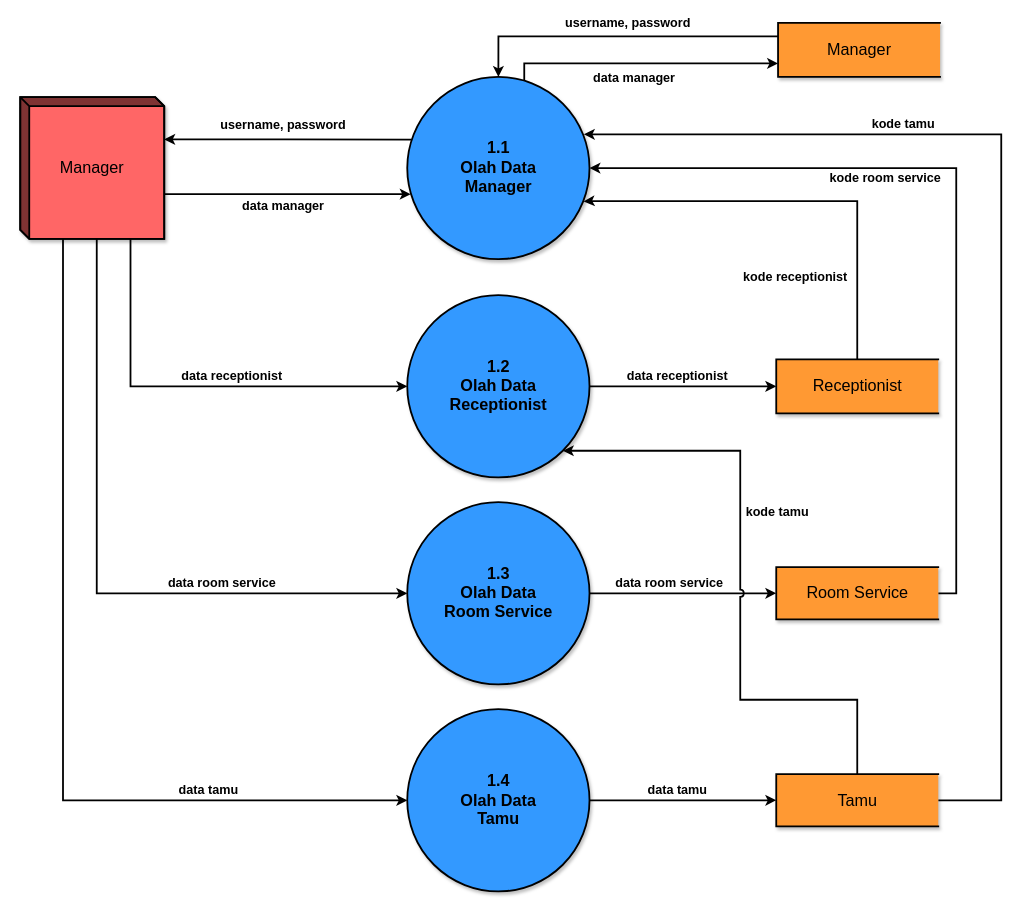
This is page "DFD LVL 2 Process 1 - Olah Data Entitas Hotel - NEW" (6 of 9) of Sistem Pemesanan Kamar Hotel - Data Flow Diagram.drawio from trueazp/System-Design-Analysis, a draw.io file, before an edit. Source tidied: cells renumbered, new cells numbered last; positions are measured from the earlier drawing's top-left corner, leaving out a move shared by most shapes. Both pictures are drawn from the tidied source at 90%, with x=0, y=0 at pixel (20, 22).
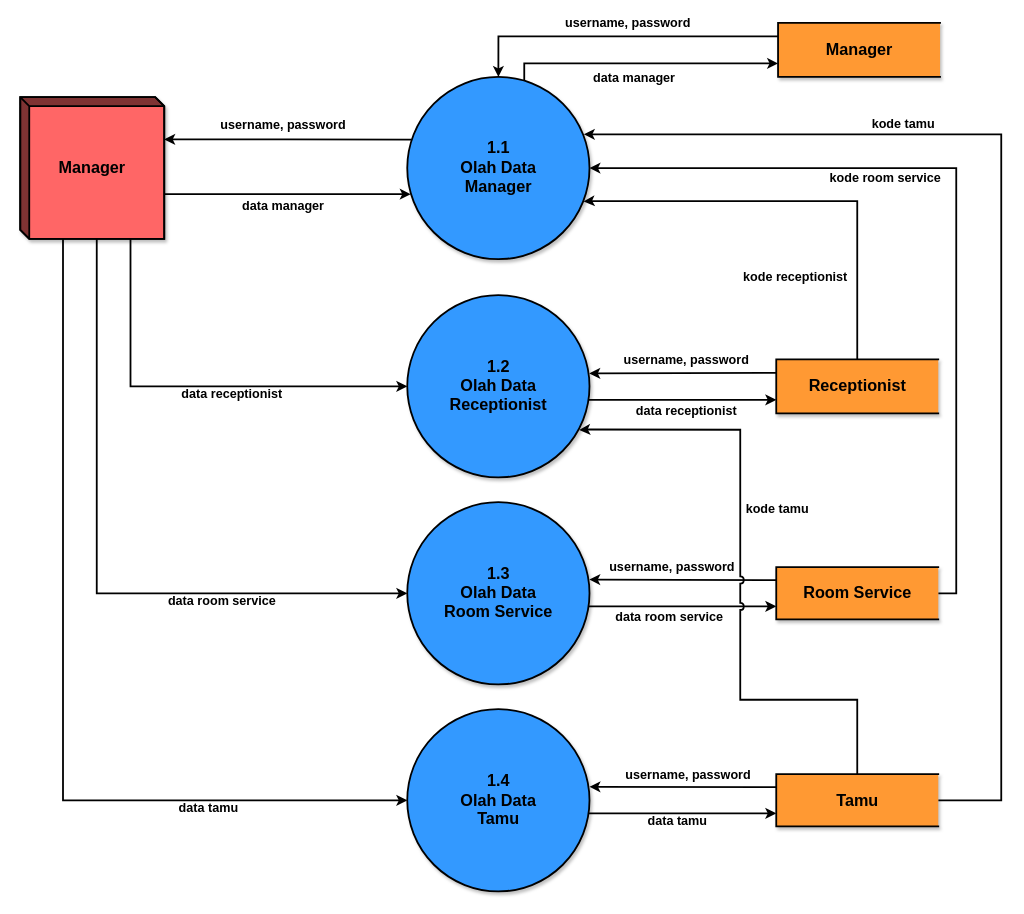
The same page after the edit.

Commit message:
finished new DFD LVL 2 Process 1

Unchanged cells that the change refers to:
```xml
<mxCell id="2" value="1.1&lt;br style=&quot;font-size: 18px&quot;&gt;Olah Data &lt;br&gt;Manager" style="shape=ellipse;html=1;dashed=0;whitespace=wrap;perimeter=ellipsePerimeter;shadow=1;labelBackgroundColor=none;fontFamily=Helvetica;fontSize=18;strokeWidth=2;fillColor=#3399FF;align=center;fontStyle=1;" parent="1" vertex="1">
  <mxGeometry x="430" y="60" width="202.5" height="202.5" as="geometry" />
</mxCell>
<mxCell id="27" value="1.2&lt;br style=&quot;font-size: 18px&quot;&gt;Olah Data &lt;br&gt;Receptionist" style="shape=ellipse;html=1;dashed=0;whitespace=wrap;perimeter=ellipsePerimeter;shadow=1;labelBackgroundColor=none;fontFamily=Helvetica;fontSize=18;strokeWidth=2;fillColor=#3399FF;align=center;fontStyle=1;" parent="1" vertex="1">
  <mxGeometry x="430" y="302.5" width="202.5" height="202.5" as="geometry" />
</mxCell>
<mxCell id="30" value="1.3&lt;br style=&quot;font-size: 18px&quot;&gt;Olah Data &lt;br&gt;Room Service" style="shape=ellipse;html=1;dashed=0;whitespace=wrap;perimeter=ellipsePerimeter;shadow=1;labelBackgroundColor=none;fontFamily=Helvetica;fontSize=18;strokeWidth=2;fillColor=#3399FF;align=center;fontStyle=1;" parent="1" vertex="1">
  <mxGeometry x="430" y="532.5" width="202.5" height="202.5" as="geometry" />
</mxCell>
<mxCell id="33" value="1.4&lt;br style=&quot;font-size: 18px&quot;&gt;Olah Data &lt;br&gt;Tamu" style="shape=ellipse;html=1;dashed=0;whitespace=wrap;perimeter=ellipsePerimeter;shadow=1;labelBackgroundColor=none;fontFamily=Helvetica;fontSize=18;strokeWidth=2;fillColor=#3399FF;align=center;fontStyle=1;" parent="1" vertex="1">
  <mxGeometry x="430" y="762.5" width="202.5" height="202.5" as="geometry" />
</mxCell>
```

Diff of the diagram source:
```diff
@@
-    <mxCell id="3" style="edgeStyle=orthogonalEdgeStyle;rounded=0;jettySize=auto;html=1;exitX=0;exitY=0.25;exitDx=0;exitDy=0;entryX=0.5;entryY=0;entryDx=0;entryDy=0;fontSize=12;startArrow=none;startFill=0;endArrow=classic;endFill=1;strokeWidth=2;" parent="1" edge="1" source="7" target="2">
+    <mxCell id="3" style="edgeStyle=orthogonalEdgeStyle;rounded=0;jettySize=auto;html=1;exitX=0;exitY=0.25;exitDx=0;exitDy=0;entryX=0.5;entryY=0;entryDx=0;entryDy=0;fontSize=12;startArrow=none;startFill=0;endArrow=classic;endFill=1;strokeWidth=2;fontStyle=1;labelBackgroundColor=none;" parent="1" edge="1" source="7" target="2">
       <mxGeometry relative="1" as="geometry" />
     </mxCell>
@@
-    <mxCell id="5" style="edgeStyle=orthogonalEdgeStyle;rounded=0;jettySize=auto;html=1;exitX=0;exitY=0.75;exitDx=0;exitDy=0;entryX=0.642;entryY=0.017;entryDx=0;entryDy=0;entryPerimeter=0;fontSize=12;startArrow=classic;startFill=1;endArrow=none;endFill=0;strokeWidth=2;" parent="1" edge="1" source="7" target="2">
+    <mxCell id="5" style="edgeStyle=orthogonalEdgeStyle;rounded=0;jettySize=auto;html=1;exitX=0;exitY=0.75;exitDx=0;exitDy=0;entryX=0.642;entryY=0.017;entryDx=0;entryDy=0;entryPerimeter=0;fontSize=12;startArrow=classic;startFill=1;endArrow=none;endFill=0;strokeWidth=2;fontStyle=1;labelBackgroundColor=none;" parent="1" edge="1" source="7" target="2">
       <mxGeometry relative="1" as="geometry">
         <Array as="points">
           <mxPoint x="560" y="45" />
         </Array>
       </mxGeometry>
     </mxCell>
@@
-    <mxCell id="7" value="Manager" style="html=1;dashed=0;whitespace=wrap;shape=partialRectangle;right=0;shadow=1;labelBackgroundColor=none;fontFamily=Helvetica;fontSize=18;strokeWidth=2;fillColor=#FF9933;align=center;" parent="1" vertex="1">
+    <mxCell id="7" value="Manager" style="html=1;dashed=0;whitespace=wrap;shape=partialRectangle;right=0;shadow=1;labelBackgroundColor=none;fontFamily=Helvetica;fontSize=18;strokeWidth=2;fillColor=#FF9933;align=center;fontStyle=1;" parent="1" vertex="1">
       <mxGeometry x="842" width="180" height="60" as="geometry" />
     </mxCell>
-    <mxCell id="8" style="edgeStyle=orthogonalEdgeStyle;rounded=0;jettySize=auto;html=1;fontSize=12;startArrow=none;startFill=0;endArrow=classic;endFill=1;strokeWidth=2;entryX=0.968;entryY=0.683;entryDx=0;entryDy=0;entryPerimeter=0;" parent="1" edge="1" source="10" target="2">
+    <mxCell id="8" style="edgeStyle=orthogonalEdgeStyle;rounded=0;jettySize=auto;html=1;fontSize=12;startArrow=none;startFill=0;endArrow=classic;endFill=1;strokeWidth=2;entryX=0.968;entryY=0.683;entryDx=0;entryDy=0;entryPerimeter=0;fontStyle=1;labelBackgroundColor=none;" parent="1" edge="1" source="10" target="2">
       <mxGeometry relative="1" as="geometry">
         <Array as="points">
           <mxPoint x="930" y="198" />
           <mxPoint x="631" y="198" />
         </Array>
       </mxGeometry>
     </mxCell>
@@
+    <mxCell id="39" style="edgeStyle=orthogonalEdgeStyle;rounded=0;jumpStyle=arc;jettySize=auto;html=1;exitX=0;exitY=0.25;exitDx=0;exitDy=0;entryX=0.999;entryY=0.429;entryDx=0;entryDy=0;entryPerimeter=0;labelBackgroundColor=none;fontSize=14;startArrow=none;startFill=0;endArrow=classic;endFill=1;strokeWidth=2;fontStyle=1;" parent="1" edge="1" source="10" target="27">
+      <mxGeometry relative="1" as="geometry" />
+    </mxCell>
+    <mxCell id="40" value="username, password" style="edgeLabel;html=1;align=center;verticalAlign=middle;fontSize=14;fontStyle=1;labelBackgroundColor=none;" parent="39" vertex="1">
+      <mxGeometry x="0.16" y="-1" relative="1" as="geometry">
+        <mxPoint x="20" y="-15" as="offset" />
+      </mxGeometry>
+    </mxCell>
-    <mxCell id="10" value="Receptionist" style="html=1;dashed=0;whitespace=wrap;shape=partialRectangle;right=0;shadow=1;labelBackgroundColor=none;fontFamily=Helvetica;fontSize=18;strokeWidth=2;fillColor=#FF9933;align=center;" parent="1" vertex="1">
+    <mxCell id="10" value="Receptionist" style="html=1;dashed=0;whitespace=wrap;shape=partialRectangle;right=0;shadow=1;labelBackgroundColor=none;fontFamily=Helvetica;fontSize=18;strokeWidth=2;fillColor=#FF9933;align=center;fontStyle=1;" parent="1" vertex="1">
       <mxGeometry x="840" y="373.8" width="180" height="60" as="geometry" />
     </mxCell>
-    <mxCell id="11" style="edgeStyle=orthogonalEdgeStyle;rounded=0;jettySize=auto;html=1;entryX=1;entryY=0.5;entryDx=0;entryDy=0;fontSize=12;startArrow=none;startFill=0;endArrow=classic;endFill=1;strokeWidth=2;exitX=1;exitY=0.5;exitDx=0;exitDy=0;" parent="1" edge="1" source="13" target="2">
+    <mxCell id="11" style="edgeStyle=orthogonalEdgeStyle;rounded=0;jettySize=auto;html=1;entryX=1;entryY=0.5;entryDx=0;entryDy=0;fontSize=12;startArrow=none;startFill=0;endArrow=classic;endFill=1;strokeWidth=2;exitX=1;exitY=0.5;exitDx=0;exitDy=0;fontStyle=1;labelBackgroundColor=none;" parent="1" edge="1" source="13" target="2">
       <mxGeometry relative="1" as="geometry" />
     </mxCell>
@@
+    <mxCell id="41" style="edgeStyle=orthogonalEdgeStyle;rounded=0;jumpStyle=arc;jettySize=auto;html=1;exitX=0;exitY=0.25;exitDx=0;exitDy=0;entryX=0.999;entryY=0.424;entryDx=0;entryDy=0;entryPerimeter=0;labelBackgroundColor=none;fontSize=14;startArrow=none;startFill=0;endArrow=classic;endFill=1;strokeWidth=2;fontStyle=1;" parent="1" edge="1" source="13" target="30">
+      <mxGeometry relative="1" as="geometry" />
+    </mxCell>
+    <mxCell id="42" value="username, password" style="edgeLabel;html=1;align=center;verticalAlign=middle;fontSize=14;labelBackgroundColor=none;fontStyle=1;" parent="41" vertex="1">
+      <mxGeometry x="0.12" y="-1" relative="1" as="geometry">
+        <mxPoint y="-13" as="offset" />
+      </mxGeometry>
+    </mxCell>
-    <mxCell id="13" value="Room Service" style="html=1;dashed=0;whitespace=wrap;shape=partialRectangle;right=0;shadow=1;labelBackgroundColor=none;fontFamily=Helvetica;fontSize=18;strokeWidth=2;fillColor=#FF9933;align=center;" parent="1" vertex="1">
+    <mxCell id="13" value="Room Service" style="html=1;dashed=0;whitespace=wrap;shape=partialRectangle;right=0;shadow=1;labelBackgroundColor=none;fontFamily=Helvetica;fontSize=18;strokeWidth=2;fillColor=#FF9933;align=center;fontStyle=1;" parent="1" vertex="1">
       <mxGeometry x="840" y="604.6" width="180" height="58.2" as="geometry" />
     </mxCell>
-    <mxCell id="14" style="edgeStyle=orthogonalEdgeStyle;rounded=0;jettySize=auto;html=1;entryX=0.019;entryY=0.643;entryDx=0;entryDy=0;startArrow=none;startFill=0;endArrow=classic;endFill=1;entryPerimeter=0;strokeWidth=2;" parent="1" edge="1" source="24" target="2">
+    <mxCell id="14" style="edgeStyle=orthogonalEdgeStyle;rounded=0;jettySize=auto;html=1;entryX=0.019;entryY=0.643;entryDx=0;entryDy=0;startArrow=none;startFill=0;endArrow=classic;endFill=1;entryPerimeter=0;strokeWidth=2;fontStyle=1;labelBackgroundColor=none;" parent="1" edge="1" source="24" target="2">
       <mxGeometry relative="1" as="geometry">
         <Array as="points">
           <mxPoint x="200" y="190" />
         </Array>
       </mxGeometry>
     </mxCell>
@@
-    <mxCell id="16" style="edgeStyle=orthogonalEdgeStyle;rounded=0;jettySize=auto;html=1;exitX=0;exitY=0;exitDx=160;exitDy=46.875;exitPerimeter=0;entryX=0.024;entryY=0.344;entryDx=0;entryDy=0;entryPerimeter=0;startArrow=classic;startFill=1;endArrow=none;endFill=0;strokeWidth=2;" parent="1" edge="1" source="24" target="2">
+    <mxCell id="16" style="edgeStyle=orthogonalEdgeStyle;rounded=0;jettySize=auto;html=1;exitX=0;exitY=0;exitDx=160;exitDy=46.875;exitPerimeter=0;entryX=0.024;entryY=0.344;entryDx=0;entryDy=0;entryPerimeter=0;startArrow=classic;startFill=1;endArrow=none;endFill=0;strokeWidth=2;fontStyle=1;labelBackgroundColor=none;" parent="1" edge="1" source="24" target="2">
       <mxGeometry relative="1" as="geometry" />
     </mxCell>
@@
-    <mxCell id="18" style="edgeStyle=orthogonalEdgeStyle;rounded=0;jettySize=auto;html=1;exitX=0;exitY=0;exitDx=122.5;exitDy=157.5;exitPerimeter=0;entryX=0;entryY=0.5;entryDx=0;entryDy=0;fontSize=12;startArrow=none;startFill=0;endArrow=classic;endFill=1;strokeWidth=2;" parent="1" edge="1" source="24" target="27">
+    <mxCell id="18" style="edgeStyle=orthogonalEdgeStyle;rounded=0;jettySize=auto;html=1;exitX=0;exitY=0;exitDx=122.5;exitDy=157.5;exitPerimeter=0;entryX=0;entryY=0.5;entryDx=0;entryDy=0;fontSize=12;startArrow=none;startFill=0;endArrow=classic;endFill=1;strokeWidth=2;fontStyle=1;labelBackgroundColor=none;" parent="1" edge="1" source="24" target="27">
       <mxGeometry relative="1" as="geometry" />
     </mxCell>
     <mxCell id="19" value="data receptionist" style="edgeLabel;html=1;align=center;verticalAlign=middle;fontSize=14;fontStyle=1;labelBackgroundColor=none;" parent="18" vertex="1">
       <mxGeometry x="0.17" relative="1" as="geometry">
-        <mxPoint y="-12" as="offset" />
+        <mxPoint y="8" as="offset" />
       </mxGeometry>
     </mxCell>
-    <mxCell id="20" style="edgeStyle=orthogonalEdgeStyle;rounded=0;jettySize=auto;html=1;entryX=0;entryY=0.5;entryDx=0;entryDy=0;fontSize=12;startArrow=none;startFill=0;endArrow=classic;endFill=1;strokeWidth=2;exitX=0;exitY=0;exitDx=85;exitDy=157.5;exitPerimeter=0;" parent="1" edge="1" source="24" target="30">
+    <mxCell id="20" style="edgeStyle=orthogonalEdgeStyle;rounded=0;jettySize=auto;html=1;entryX=0;entryY=0.5;entryDx=0;entryDy=0;fontSize=12;startArrow=none;startFill=0;endArrow=classic;endFill=1;strokeWidth=2;exitX=0;exitY=0;exitDx=85;exitDy=157.5;exitPerimeter=0;fontStyle=1;labelBackgroundColor=none;" parent="1" edge="1" source="24" target="30">
       <mxGeometry relative="1" as="geometry" />
     </mxCell>
     <mxCell id="21" value="data room service" style="edgeLabel;html=1;align=center;verticalAlign=middle;fontSize=14;fontStyle=1;labelBackgroundColor=none;" parent="20" vertex="1">
       <mxGeometry x="0.44" y="5" relative="1" as="geometry">
-        <mxPoint y="-7" as="offset" />
+        <mxPoint y="13" as="offset" />
       </mxGeometry>
     </mxCell>
-    <mxCell id="22" style="edgeStyle=orthogonalEdgeStyle;rounded=0;jettySize=auto;html=1;exitX=0;exitY=0;exitDx=47.5;exitDy=157.5;exitPerimeter=0;entryX=0;entryY=0.5;entryDx=0;entryDy=0;fontSize=12;startArrow=none;startFill=0;endArrow=classic;endFill=1;strokeWidth=2;" parent="1" edge="1" source="24" target="33">
+    <mxCell id="22" style="edgeStyle=orthogonalEdgeStyle;rounded=0;jettySize=auto;html=1;exitX=0;exitY=0;exitDx=47.5;exitDy=157.5;exitPerimeter=0;entryX=0;entryY=0.5;entryDx=0;entryDy=0;fontSize=12;startArrow=none;startFill=0;endArrow=classic;endFill=1;strokeWidth=2;fontStyle=1;labelBackgroundColor=none;" parent="1" edge="1" source="24" target="33">
       <mxGeometry relative="1" as="geometry" />
     </mxCell>
     <mxCell id="23" value="data tamu" style="edgeLabel;html=1;align=center;verticalAlign=middle;fontSize=14;fontStyle=1;labelBackgroundColor=none;" parent="22" vertex="1">
       <mxGeometry x="0.56" y="-1" relative="1" as="geometry">
-        <mxPoint y="-13" as="offset" />
+        <mxPoint y="7" as="offset" />
       </mxGeometry>
     </mxCell>
-    <mxCell id="24" value="Manager" style="html=1;dashed=0;whitespace=wrap;shape=mxgraph.dfd.externalEntity;shadow=1;labelBackgroundColor=none;fontFamily=Helvetica;fontSize=18;strokeWidth=2;fillColor=#FF6666;align=center;whiteSpace=wrap;" parent="1" vertex="1">
+    <mxCell id="24" value="Manager" style="html=1;dashed=0;whitespace=wrap;shape=mxgraph.dfd.externalEntity;shadow=1;labelBackgroundColor=none;fontFamily=Helvetica;fontSize=18;strokeWidth=2;fillColor=#FF6666;align=center;whiteSpace=wrap;fontStyle=1;" parent="1" vertex="1">
       <mxGeometry y="82.5" width="160" height="157.5" as="geometry" />
     </mxCell>
-    <mxCell id="25" style="edgeStyle=orthogonalEdgeStyle;rounded=0;jettySize=auto;html=1;entryX=0;entryY=0.5;entryDx=0;entryDy=0;fontSize=12;startArrow=none;startFill=0;endArrow=classic;endFill=1;strokeWidth=2;" parent="1" edge="1" source="27" target="10">
-      <mxGeometry relative="1" as="geometry" />
+    <mxCell id="25" style="edgeStyle=orthogonalEdgeStyle;rounded=0;jettySize=auto;html=1;entryX=0;entryY=0.75;entryDx=0;entryDy=0;fontSize=12;startArrow=none;startFill=0;endArrow=classic;endFill=1;strokeWidth=2;fontStyle=1;labelBackgroundColor=none;" parent="1" edge="1" source="27" target="10">
+      <mxGeometry relative="1" as="geometry">
+        <Array as="points">
+          <mxPoint x="740" y="419" />
+        </Array>
+      </mxGeometry>
     </mxCell>
     <mxCell id="26" value="data receptionist" style="edgeLabel;html=1;align=center;verticalAlign=middle;fontSize=14;fontStyle=1;labelBackgroundColor=none;" parent="25" vertex="1">
       <mxGeometry x="-0.25" y="-2" relative="1" as="geometry">
-        <mxPoint x="19" y="-14" as="offset" />
+        <mxPoint x="30" y="10" as="offset" />
       </mxGeometry>
     </mxCell>
@@
-    <mxCell id="28" style="edgeStyle=orthogonalEdgeStyle;rounded=0;jettySize=auto;html=1;entryX=0;entryY=0.5;entryDx=0;entryDy=0;fontSize=12;startArrow=none;startFill=0;endArrow=classic;endFill=1;strokeWidth=2;" parent="1" edge="1" source="30" target="13">
-      <mxGeometry relative="1" as="geometry" />
+    <mxCell id="28" style="edgeStyle=orthogonalEdgeStyle;rounded=0;jettySize=auto;html=1;entryX=0;entryY=0.75;entryDx=0;entryDy=0;fontSize=12;startArrow=none;startFill=0;endArrow=classic;endFill=1;strokeWidth=2;fontStyle=1;labelBackgroundColor=none;" parent="1" edge="1" source="30" target="13">
+      <mxGeometry relative="1" as="geometry">
+        <Array as="points">
+          <mxPoint x="736" y="648" />
+        </Array>
+      </mxGeometry>
     </mxCell>
     <mxCell id="29" value="data room service" style="edgeLabel;html=1;align=center;verticalAlign=middle;fontSize=14;fontStyle=1;labelBackgroundColor=none;" parent="28" vertex="1">
       <mxGeometry x="-0.09" y="3" relative="1" as="geometry">
-        <mxPoint x="-6" y="-9" as="offset" />
+        <mxPoint x="-6" y="14" as="offset" />
       </mxGeometry>
     </mxCell>
@@
-    <mxCell id="31" style="edgeStyle=orthogonalEdgeStyle;rounded=0;jettySize=auto;html=1;entryX=0;entryY=0.5;entryDx=0;entryDy=0;fontSize=12;startArrow=none;startFill=0;endArrow=classic;endFill=1;strokeWidth=2;" parent="1" edge="1" source="33" target="38">
-      <mxGeometry relative="1" as="geometry" />
+    <mxCell id="31" style="edgeStyle=orthogonalEdgeStyle;rounded=0;jettySize=auto;html=1;entryX=0;entryY=0.75;entryDx=0;entryDy=0;fontSize=12;startArrow=none;startFill=0;endArrow=classic;endFill=1;strokeWidth=2;fontStyle=1;labelBackgroundColor=none;" parent="1" edge="1" source="33" target="38">
+      <mxGeometry relative="1" as="geometry">
+        <Array as="points">
+          <mxPoint x="736" y="878" />
+        </Array>
+      </mxGeometry>
     </mxCell>
     <mxCell id="32" value="data tamu" style="edgeLabel;html=1;align=center;verticalAlign=middle;fontSize=14;fontStyle=1;labelBackgroundColor=none;" parent="31" vertex="1">
       <mxGeometry x="-0.16" y="2" relative="1" as="geometry">
-        <mxPoint x="10" y="-10" as="offset" />
+        <mxPoint x="10" y="10" as="offset" />
       </mxGeometry>
     </mxCell>
@@
-    <mxCell id="34" style="edgeStyle=orthogonalEdgeStyle;rounded=0;jettySize=auto;html=1;entryX=0.969;entryY=0.315;entryDx=0;entryDy=0;fontSize=12;startArrow=none;startFill=0;endArrow=classic;endFill=1;strokeWidth=2;exitX=1;exitY=0.5;exitDx=0;exitDy=0;entryPerimeter=0;" parent="1" edge="1" source="38" target="2">
+    <mxCell id="34" style="edgeStyle=orthogonalEdgeStyle;rounded=0;jettySize=auto;html=1;entryX=0.969;entryY=0.315;entryDx=0;entryDy=0;fontSize=12;startArrow=none;startFill=0;endArrow=classic;endFill=1;strokeWidth=2;exitX=1;exitY=0.5;exitDx=0;exitDy=0;entryPerimeter=0;fontStyle=1;labelBackgroundColor=none;" parent="1" edge="1" source="38" target="2">
       <mxGeometry relative="1" as="geometry">
         <Array as="points">
           <mxPoint x="1090" y="864" />
           <mxPoint x="1090" y="124" />
         </Array>
       </mxGeometry>
     </mxCell>
@@
-    <mxCell id="36" style="edgeStyle=orthogonalEdgeStyle;rounded=0;jettySize=auto;html=1;entryX=1;entryY=1;entryDx=0;entryDy=0;fontSize=12;startArrow=none;startFill=0;endArrow=classic;endFill=1;strokeWidth=2;jumpStyle=arc;" parent="1" edge="1" source="38" target="27">
+    <mxCell id="36" style="edgeStyle=orthogonalEdgeStyle;rounded=0;jettySize=auto;html=1;entryX=0.944;entryY=0.739;entryDx=0;entryDy=0;fontSize=12;startArrow=none;startFill=0;endArrow=classic;endFill=1;strokeWidth=2;jumpStyle=arc;fontStyle=1;entryPerimeter=0;labelBackgroundColor=none;" parent="1" edge="1" source="38" target="27">
       <mxGeometry relative="1" as="geometry">
         <Array as="points">
           <mxPoint x="930" y="752" />
           <mxPoint x="800" y="752" />
-          <mxPoint x="800" y="475" />
+          <mxPoint x="800" y="452" />
+          <mxPoint x="624" y="452" />
         </Array>
       </mxGeometry>
     </mxCell>
@@
+    <mxCell id="43" style="edgeStyle=orthogonalEdgeStyle;rounded=0;jumpStyle=arc;jettySize=auto;html=1;exitX=0;exitY=0.25;exitDx=0;exitDy=0;entryX=1;entryY=0.426;entryDx=0;entryDy=0;entryPerimeter=0;labelBackgroundColor=none;fontSize=14;startArrow=none;startFill=0;endArrow=classic;endFill=1;strokeWidth=2;fontStyle=1;" parent="1" edge="1" source="38" target="33">
+      <mxGeometry relative="1" as="geometry" />
+    </mxCell>
+    <mxCell id="44" value="username, password" style="edgeLabel;html=1;align=center;verticalAlign=middle;fontSize=14;labelBackgroundColor=none;fontStyle=1;" parent="43" vertex="1">
+      <mxGeometry x="0.09" y="1" relative="1" as="geometry">
+        <mxPoint x="14" y="-15" as="offset" />
+      </mxGeometry>
+    </mxCell>
-    <mxCell id="38" value="Tamu" style="html=1;dashed=0;whitespace=wrap;shape=partialRectangle;right=0;shadow=1;labelBackgroundColor=none;fontFamily=Helvetica;fontSize=18;strokeWidth=2;fillColor=#FF9933;align=center;" parent="1" vertex="1">
+    <mxCell id="38" value="Tamu" style="html=1;dashed=0;whitespace=wrap;shape=partialRectangle;right=0;shadow=1;labelBackgroundColor=none;fontFamily=Helvetica;fontSize=18;strokeWidth=2;fillColor=#FF9933;align=center;fontStyle=1;" parent="1" vertex="1">
       <mxGeometry x="840" y="834.6" width="180" height="58.2" as="geometry" />
     </mxCell>
```
